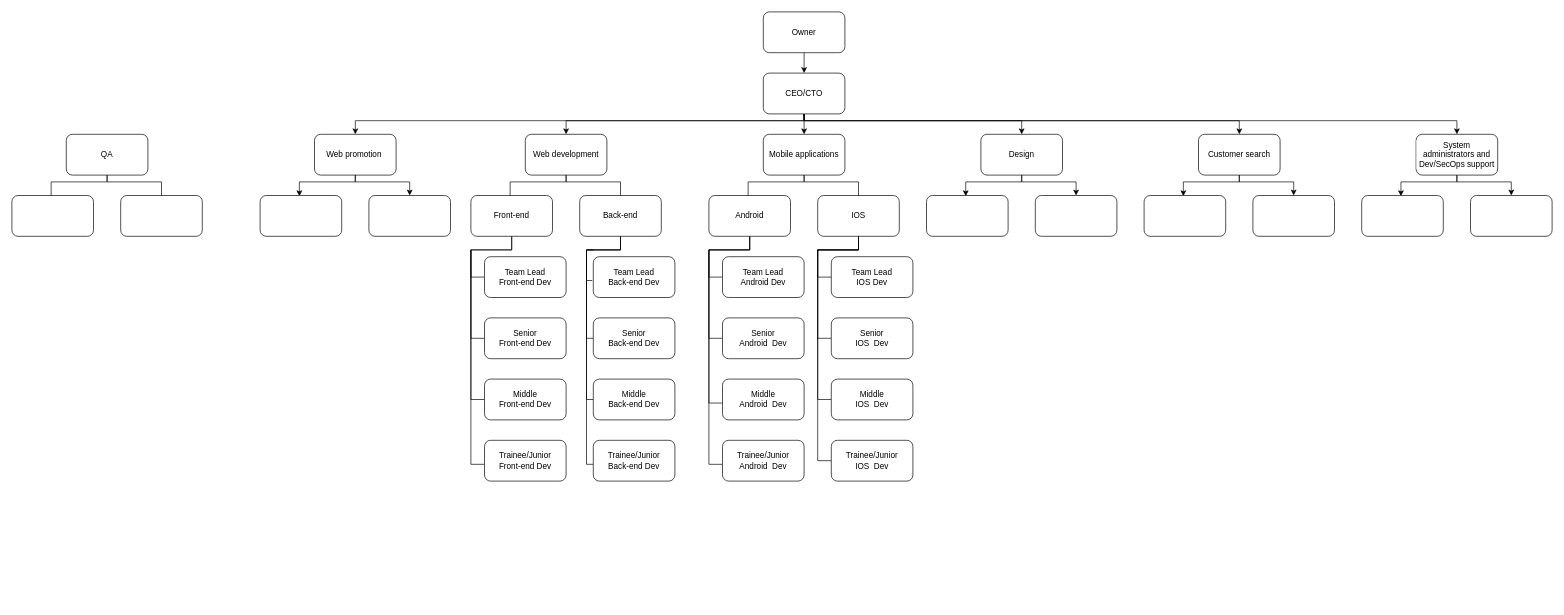
The draw.io diagram StructurITCompany/LW4.drawio in Kostya217/SoftSkillsLaboratoryWork4, before the edit. Source tidied: cells renumbered, new cells numbered last; positions are measured from the earlier drawing's top-left corner, leaving out a move shared by most shapes. Both pictures are drawn from the tidied source at 68%, with x=0, y=0 at pixel (12, 12).
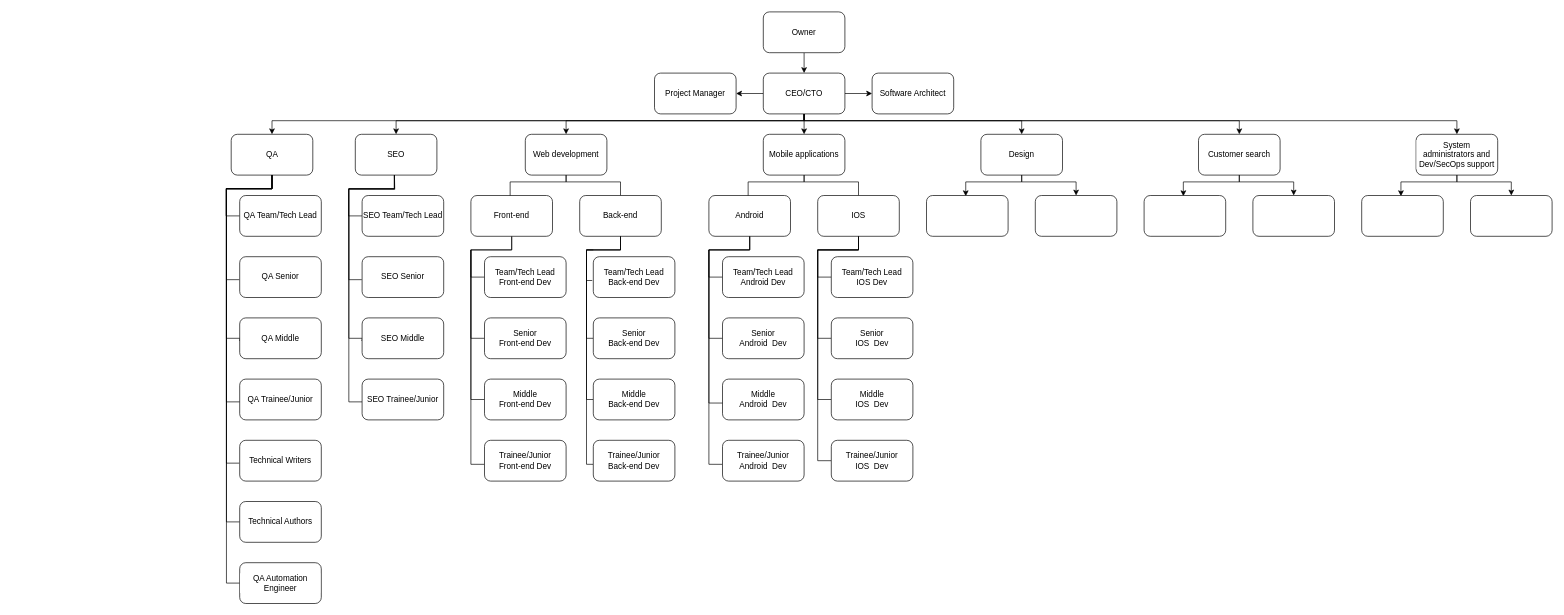
The same page after the edit.

Unchanged cells that the change refers to:
```xml
<mxCell id="10" value="CEO/CTO" style="rounded=1;whiteSpace=wrap;html=1;fillColor=default;strokeColor=default;fontColor=default;" parent="1" vertex="1">
  <mxGeometry x="1105" y="90" width="120" height="60" as="geometry" />
</mxCell>
```

Diff of the diagram source:
```diff
@@
-    <mxCell id="7" style="edgeStyle=orthogonalEdgeStyle;rounded=0;jettySize=auto;html=1;labelBackgroundColor=default;fontColor=default;strokeColor=default;" parent="1" edge="1" source="10" target="39">
+    <mxCell id="7" style="edgeStyle=orthogonalEdgeStyle;rounded=0;jettySize=auto;html=1;labelBackgroundColor=default;fontColor=default;strokeColor=default;entryX=0.5;entryY=0;entryDx=0;entryDy=0;" parent="1" edge="1" source="10" target="39">
       <mxGeometry relative="1" as="geometry">
         <Array as="points">
           <mxPoint x="1165" y="160" />
-          <mxPoint x="505" y="160" />
+          <mxPoint x="565" y="160" />
         </Array>
       </mxGeometry>
     </mxCell>
@@
+    <mxCell id="78" style="edgeStyle=orthogonalEdgeStyle;rounded=0;jettySize=auto;html=1;entryX=0.5;entryY=0;entryDx=0;entryDy=0;labelBackgroundColor=default;fontFamily=Helvetica;fontSize=12;fontColor=default;endArrow=classic;endFill=1;strokeColor=default;strokeWidth=1;" parent="1" edge="1" source="10" target="75">
+      <mxGeometry relative="1" as="geometry">
+        <Array as="points">
+          <mxPoint x="1165" y="160" />
+          <mxPoint x="383" y="160" />
+          <mxPoint x="383" y="180" />
+        </Array>
+      </mxGeometry>
+    </mxCell>
+    <mxCell id="79" style="edgeStyle=orthogonalEdgeStyle;rounded=0;jettySize=auto;html=1;entryX=1;entryY=0.5;entryDx=0;entryDy=0;labelBackgroundColor=default;fontFamily=Helvetica;fontSize=12;fontColor=default;endArrow=classic;endFill=1;strokeColor=default;strokeWidth=1;fillColor=default;" parent="1" edge="1" source="10" target="92">
+      <mxGeometry relative="1" as="geometry" />
+    </mxCell>
+    <mxCell id="80" style="edgeStyle=orthogonalEdgeStyle;rounded=0;jettySize=auto;html=1;entryX=0;entryY=0.5;entryDx=0;entryDy=0;labelBackgroundColor=default;fontFamily=Helvetica;fontSize=12;fontColor=default;endArrow=classic;endFill=1;strokeColor=default;strokeWidth=1;fillColor=default;" parent="1" edge="1" source="10" target="93">
+      <mxGeometry relative="1" as="geometry" />
+    </mxCell>
@@
-    <mxCell id="37" style="edgeStyle=orthogonalEdgeStyle;rounded=0;jettySize=auto;html=1;exitX=0.5;exitY=1;exitDx=0;exitDy=0;entryX=0.481;entryY=0.017;entryDx=0;entryDy=0;entryPerimeter=0;fontColor=default;strokeColor=default;labelBackgroundColor=default;" parent="1" edge="1" source="39" target="40">
-      <mxGeometry relative="1" as="geometry">
-        <Array as="points">
-          <mxPoint x="505" y="250" />
-          <mxPoint x="423" y="250" />
-        </Array>
-      </mxGeometry>
-    </mxCell>
-    <mxCell id="38" style="edgeStyle=orthogonalEdgeStyle;rounded=0;jettySize=auto;html=1;entryX=0.5;entryY=0;entryDx=0;entryDy=0;labelBackgroundColor=default;fontColor=default;strokeColor=default;" parent="1" edge="1" source="39" target="41">
-      <mxGeometry relative="1" as="geometry">
-        <Array as="points">
-          <mxPoint x="505" y="250" />
-          <mxPoint x="585" y="250" />
-        </Array>
-      </mxGeometry>
-    </mxCell>
-    <mxCell id="39" value="Web promotion&amp;nbsp;" style="rounded=1;whiteSpace=wrap;html=1;fontColor=default;strokeColor=default;fillColor=default;labelBackgroundColor=default;" parent="1" vertex="1">
-      <mxGeometry x="445" y="180" width="120" height="60" as="geometry" />
+    <mxCell id="39" value="SEO" style="rounded=1;whiteSpace=wrap;html=1;fontColor=default;strokeColor=default;fillColor=default;labelBackgroundColor=default;" parent="1" vertex="1">
+      <mxGeometry x="505" y="180" width="120" height="60" as="geometry" />
     </mxCell>
-    <mxCell id="40" style="rounded=1;whiteSpace=wrap;html=1;fontColor=default;strokeColor=default;fillColor=default;labelBackgroundColor=default;" parent="1" vertex="1">
-      <mxGeometry x="365" y="270" width="120" height="60" as="geometry" />
-    </mxCell>
-    <mxCell id="41" style="rounded=1;whiteSpace=wrap;html=1;fontColor=default;strokeColor=default;fillColor=default;labelBackgroundColor=default;" parent="1" vertex="1">
-      <mxGeometry x="525" y="270" width="120" height="60" as="geometry" />
-    </mxCell>
@@
-    <mxCell id="52" value="Team Lead&lt;br&gt;Front-end Dev" style="rounded=1;whiteSpace=wrap;html=1;labelBackgroundColor=default;fontColor=default;strokeColor=default;fillColor=default;" parent="1" vertex="1">
+    <mxCell id="52" value="Team/Tech Lead&lt;br&gt;Front-end Dev" style="rounded=1;whiteSpace=wrap;html=1;labelBackgroundColor=default;fontColor=default;strokeColor=default;fillColor=default;" parent="1" vertex="1">
       <mxGeometry x="695" y="360" width="120" height="60" as="geometry" />
     </mxCell>
@@
-    <mxCell id="58" value="&lt;span&gt;Team Lead&lt;br&gt;&lt;/span&gt;Back-end Dev&lt;span&gt;&lt;br&gt;&lt;/span&gt;" style="rounded=1;whiteSpace=wrap;html=1;labelBackgroundColor=default;fontColor=default;strokeColor=default;fillColor=default;" parent="1" vertex="1">
+    <mxCell id="58" value="&lt;span&gt;Team/Tech Lead&lt;br&gt;&lt;/span&gt;Back-end Dev&lt;span&gt;&lt;br&gt;&lt;/span&gt;" style="rounded=1;whiteSpace=wrap;html=1;labelBackgroundColor=default;fontColor=default;strokeColor=default;fillColor=default;" parent="1" vertex="1">
       <mxGeometry x="855" y="360" width="120" height="60" as="geometry" />
     </mxCell>
@@
-    <mxCell id="64" value="Team Lead&lt;br&gt;Android Dev" style="rounded=1;whiteSpace=wrap;html=1;labelBackgroundColor=default;fontColor=default;strokeColor=default;fillColor=default;" parent="1" vertex="1">
+    <mxCell id="64" value="Team/Tech Lead&lt;br&gt;Android Dev" style="rounded=1;whiteSpace=wrap;html=1;labelBackgroundColor=default;fontColor=default;strokeColor=default;fillColor=default;" parent="1" vertex="1">
       <mxGeometry x="1045" y="360" width="120" height="60" as="geometry" />
     </mxCell>
@@
-    <mxCell id="69" value="&lt;span&gt;Team Lead&lt;br&gt;&lt;/span&gt;IOS Dev&lt;span&gt;&lt;br&gt;&lt;/span&gt;" style="rounded=1;whiteSpace=wrap;html=1;labelBackgroundColor=default;fontColor=default;strokeColor=default;fillColor=default;" parent="1" vertex="1">
+    <mxCell id="69" value="&lt;span&gt;Team/Tech Lead&lt;br&gt;&lt;/span&gt;IOS Dev&lt;span&gt;&lt;br&gt;&lt;/span&gt;" style="rounded=1;whiteSpace=wrap;html=1;labelBackgroundColor=default;fontColor=default;strokeColor=default;fillColor=default;" parent="1" vertex="1">
       <mxGeometry x="1205" y="360" width="120" height="60" as="geometry" />
     </mxCell>
@@
-    <mxCell id="73" style="edgeStyle=orthogonalEdgeStyle;rounded=0;jettySize=auto;html=1;exitX=0.5;exitY=1;exitDx=0;exitDy=0;entryX=0.481;entryY=0.017;entryDx=0;entryDy=0;entryPerimeter=0;fontColor=default;strokeColor=default;labelBackgroundColor=default;endArrow=none;endFill=0;" parent="1" edge="1" source="75" target="76">
-      <mxGeometry relative="1" as="geometry">
-        <Array as="points">
-          <mxPoint x="140" y="250" />
-          <mxPoint x="58" y="250" />
-        </Array>
-      </mxGeometry>
-    </mxCell>
+    <mxCell id="81" style="edgeStyle=orthogonalEdgeStyle;rounded=0;jettySize=auto;html=1;entryX=0;entryY=0.5;entryDx=0;entryDy=0;labelBackgroundColor=default;fontFamily=Helvetica;fontSize=12;fontColor=default;endArrow=none;endFill=0;strokeColor=default;strokeWidth=1;fillColor=default;" parent="1" edge="1" source="75" target="94">
+      <mxGeometry relative="1" as="geometry" />
+    </mxCell>
-    <mxCell id="74" style="edgeStyle=orthogonalEdgeStyle;rounded=0;jettySize=auto;html=1;entryX=0.5;entryY=0;entryDx=0;entryDy=0;labelBackgroundColor=default;fontColor=default;strokeColor=default;endArrow=none;endFill=0;" parent="1" edge="1" source="75" target="77">
+    <mxCell id="74" style="edgeStyle=orthogonalEdgeStyle;rounded=0;jettySize=auto;html=1;entryX=-0.004;entryY=0.563;entryDx=0;entryDy=0;entryPerimeter=0;labelBackgroundColor=default;fontFamily=Helvetica;fontSize=12;fontColor=default;endArrow=none;endFill=0;strokeColor=default;strokeWidth=1;fillColor=default;" parent="1" edge="1" source="75" target="77">
       <mxGeometry relative="1" as="geometry">
         <Array as="points">
-          <mxPoint x="140" y="250" />
-          <mxPoint x="220" y="250" />
+          <mxPoint x="382.5" y="260" />
+          <mxPoint x="315.5" y="260" />
+          <mxPoint x="315.5" y="394" />
         </Array>
       </mxGeometry>
     </mxCell>
+    <mxCell id="82" style="edgeStyle=orthogonalEdgeStyle;rounded=0;jettySize=auto;html=1;entryX=-0.004;entryY=0.566;entryDx=0;entryDy=0;labelBackgroundColor=default;fontFamily=Helvetica;fontSize=12;fontColor=default;endArrow=none;endFill=0;strokeColor=default;strokeWidth=1;entryPerimeter=0;fillColor=default;" parent="1" edge="1" source="75" target="87">
+      <mxGeometry relative="1" as="geometry">
+        <Array as="points">
+          <mxPoint x="382.5" y="260" />
+          <mxPoint x="315.5" y="260" />
+          <mxPoint x="315.5" y="480" />
+          <mxPoint x="335.5" y="480" />
+          <mxPoint x="335.5" y="484" />
+        </Array>
+      </mxGeometry>
+    </mxCell>
+    <mxCell id="83" style="edgeStyle=orthogonalEdgeStyle;rounded=0;jettySize=auto;html=1;entryX=0.002;entryY=0.558;entryDx=0;entryDy=0;entryPerimeter=0;labelBackgroundColor=default;fontFamily=Helvetica;fontSize=12;fontColor=default;endArrow=none;endFill=0;strokeColor=default;strokeWidth=1;fillColor=default;" parent="1" edge="1" source="75" target="88">
+      <mxGeometry relative="1" as="geometry">
+        <Array as="points">
+          <mxPoint x="382.5" y="260" />
+          <mxPoint x="315.5" y="260" />
+          <mxPoint x="315.5" y="574" />
+        </Array>
+      </mxGeometry>
+    </mxCell>
+    <mxCell id="84" style="edgeStyle=orthogonalEdgeStyle;rounded=0;jettySize=auto;html=1;entryX=-0.004;entryY=0.56;entryDx=0;entryDy=0;entryPerimeter=0;labelBackgroundColor=default;fontFamily=Helvetica;fontSize=12;fontColor=default;endArrow=none;endFill=0;strokeColor=default;strokeWidth=1;fillColor=default;" parent="1" edge="1" source="75" target="89">
+      <mxGeometry relative="1" as="geometry">
+        <Array as="points">
+          <mxPoint x="382.5" y="260" />
+          <mxPoint x="315.5" y="260" />
+          <mxPoint x="315.5" y="664" />
+        </Array>
+      </mxGeometry>
+    </mxCell>
+    <mxCell id="85" style="edgeStyle=orthogonalEdgeStyle;rounded=0;jettySize=auto;html=1;entryX=0;entryY=0.5;entryDx=0;entryDy=0;labelBackgroundColor=default;fontFamily=Helvetica;fontSize=12;fontColor=default;endArrow=none;endFill=0;strokeColor=default;strokeWidth=1;fillColor=default;" parent="1" edge="1" source="75" target="90">
+      <mxGeometry relative="1" as="geometry">
+        <Array as="points">
+          <mxPoint x="382.5" y="260" />
+          <mxPoint x="315.5" y="260" />
+          <mxPoint x="315.5" y="750" />
+        </Array>
+      </mxGeometry>
+    </mxCell>
+    <mxCell id="86" style="edgeStyle=orthogonalEdgeStyle;rounded=0;jettySize=auto;html=1;entryX=0;entryY=0.5;entryDx=0;entryDy=0;labelBackgroundColor=default;fontFamily=Helvetica;fontSize=12;fontColor=default;endArrow=none;endFill=0;strokeColor=default;strokeWidth=1;fillColor=default;" parent="1" edge="1" source="75" target="91">
+      <mxGeometry relative="1" as="geometry">
+        <Array as="points">
+          <mxPoint x="382.5" y="260" />
+          <mxPoint x="315.5" y="260" />
+          <mxPoint x="315.5" y="840" />
+        </Array>
+      </mxGeometry>
+    </mxCell>
     <mxCell id="75" value="QA" style="rounded=1;whiteSpace=wrap;html=1;fontColor=default;strokeColor=default;fillColor=default;labelBackgroundColor=default;" parent="1" vertex="1">
-      <mxGeometry x="80" y="180" width="120" height="60" as="geometry" />
+      <mxGeometry x="322.5" y="180" width="120" height="60" as="geometry" />
     </mxCell>
-    <mxCell id="76" style="rounded=1;whiteSpace=wrap;html=1;fontColor=default;strokeColor=default;fillColor=default;labelBackgroundColor=default;" parent="1" vertex="1">
-      <mxGeometry y="270" width="120" height="60" as="geometry" />
-    </mxCell>
-    <mxCell id="77" style="rounded=1;whiteSpace=wrap;html=1;fontColor=default;strokeColor=default;fillColor=default;labelBackgroundColor=default;" parent="1" vertex="1">
-      <mxGeometry x="160" y="270" width="120" height="60" as="geometry" />
+    <mxCell id="77" value="QA Senior" style="rounded=1;whiteSpace=wrap;html=1;fontColor=default;strokeColor=default;fillColor=default;labelBackgroundColor=default;" parent="1" vertex="1">
+      <mxGeometry x="335" y="360" width="120" height="60" as="geometry" />
     </mxCell>
+    <mxCell id="87" value="QA Middle" style="rounded=1;whiteSpace=wrap;html=1;fontColor=default;strokeColor=default;fillColor=default;labelBackgroundColor=default;" parent="1" vertex="1">
+      <mxGeometry x="335" y="450" width="120" height="60" as="geometry" />
+    </mxCell>
+    <mxCell id="88" value="QA Trainee/Junior" style="rounded=1;whiteSpace=wrap;html=1;fontColor=default;strokeColor=default;fillColor=default;labelBackgroundColor=default;" parent="1" vertex="1">
+      <mxGeometry x="335" y="540" width="120" height="60" as="geometry" />
+    </mxCell>
+    <mxCell id="89" value="&lt;span style=&quot;&quot;&gt;&lt;font style=&quot;font-size: 12px&quot;&gt;Technical Writers&lt;/font&gt;&lt;/span&gt;" style="rounded=1;whiteSpace=wrap;html=1;labelBackgroundColor=default;fontColor=default;strokeColor=default;strokeWidth=1;fillColor=default;" parent="1" vertex="1">
+      <mxGeometry x="335" y="630" width="120" height="60" as="geometry" />
+    </mxCell>
+    <mxCell id="90" value="&lt;span&gt;&lt;font style=&quot;font-size: 12px&quot;&gt;Technical Authors&lt;/font&gt;&lt;/span&gt;" style="rounded=1;whiteSpace=wrap;html=1;labelBackgroundColor=default;fontColor=default;strokeColor=default;strokeWidth=1;fillColor=default;" parent="1" vertex="1">
+      <mxGeometry x="335" y="720" width="120" height="60" as="geometry" />
+    </mxCell>
+    <mxCell id="91" value="&lt;span&gt;&lt;font style=&quot;font-size: 12px&quot;&gt;QA Automation Engineer&lt;/font&gt;&lt;/span&gt;" style="rounded=1;whiteSpace=wrap;html=1;labelBackgroundColor=default;fontColor=default;strokeColor=default;strokeWidth=1;fillColor=default;" parent="1" vertex="1">
+      <mxGeometry x="335" y="810" width="120" height="60" as="geometry" />
+    </mxCell>
+    <mxCell id="92" value="Project Manager" style="rounded=1;whiteSpace=wrap;html=1;labelBackgroundColor=default;fontFamily=Helvetica;fontSize=12;fontColor=default;strokeColor=default;strokeWidth=1;fillColor=default;" parent="1" vertex="1">
+      <mxGeometry x="945" y="90" width="120" height="60" as="geometry" />
+    </mxCell>
+    <mxCell id="93" value="Software Architect" style="rounded=1;whiteSpace=wrap;html=1;labelBackgroundColor=default;fontFamily=Helvetica;fontSize=12;fontColor=default;strokeColor=default;strokeWidth=1;fillColor=default;" parent="1" vertex="1">
+      <mxGeometry x="1265" y="90" width="120" height="60" as="geometry" />
+    </mxCell>
+    <mxCell id="94" value="QA Team/Tech Lead" style="rounded=1;whiteSpace=wrap;html=1;fontColor=default;strokeColor=default;fillColor=default;labelBackgroundColor=default;" parent="1" vertex="1">
+      <mxGeometry x="335" y="270" width="120" height="60" as="geometry" />
+    </mxCell>
+    <mxCell id="95" style="edgeStyle=orthogonalEdgeStyle;rounded=0;jettySize=auto;html=1;entryX=0;entryY=0.5;entryDx=0;entryDy=0;labelBackgroundColor=default;fontFamily=Helvetica;fontSize=12;fontColor=default;endArrow=none;endFill=0;strokeColor=default;strokeWidth=1;fillColor=default;" parent="1" edge="1" target="102">
+      <mxGeometry relative="1" as="geometry">
+        <mxPoint x="562.5" y="240" as="sourcePoint" />
+      </mxGeometry>
+    </mxCell>
+    <mxCell id="96" style="edgeStyle=orthogonalEdgeStyle;rounded=0;jettySize=auto;html=1;entryX=-0.004;entryY=0.563;entryDx=0;entryDy=0;entryPerimeter=0;labelBackgroundColor=default;fontFamily=Helvetica;fontSize=12;fontColor=default;endArrow=none;endFill=0;strokeColor=default;strokeWidth=1;fillColor=default;" parent="1" edge="1" target="99">
+      <mxGeometry relative="1" as="geometry">
+        <mxPoint x="562.5" y="240" as="sourcePoint" />
+        <Array as="points">
+          <mxPoint x="562.5" y="260" />
+          <mxPoint x="495.5" y="260" />
+          <mxPoint x="495.5" y="394" />
+        </Array>
+      </mxGeometry>
+    </mxCell>
+    <mxCell id="97" style="edgeStyle=orthogonalEdgeStyle;rounded=0;jettySize=auto;html=1;entryX=-0.004;entryY=0.566;entryDx=0;entryDy=0;labelBackgroundColor=default;fontFamily=Helvetica;fontSize=12;fontColor=default;endArrow=none;endFill=0;strokeColor=default;strokeWidth=1;entryPerimeter=0;fillColor=default;" parent="1" edge="1" target="100">
+      <mxGeometry relative="1" as="geometry">
+        <mxPoint x="562.5" y="240" as="sourcePoint" />
+        <Array as="points">
+          <mxPoint x="562.5" y="260" />
+          <mxPoint x="495.5" y="260" />
+          <mxPoint x="495.5" y="480" />
+          <mxPoint x="515.5" y="480" />
+          <mxPoint x="515.5" y="484" />
+        </Array>
+      </mxGeometry>
+    </mxCell>
+    <mxCell id="98" style="edgeStyle=orthogonalEdgeStyle;rounded=0;jettySize=auto;html=1;entryX=0.002;entryY=0.558;entryDx=0;entryDy=0;entryPerimeter=0;labelBackgroundColor=default;fontFamily=Helvetica;fontSize=12;fontColor=default;endArrow=none;endFill=0;strokeColor=default;strokeWidth=1;fillColor=default;" parent="1" edge="1" target="101">
+      <mxGeometry relative="1" as="geometry">
+        <mxPoint x="562.5" y="240" as="sourcePoint" />
+        <Array as="points">
+          <mxPoint x="562.5" y="260" />
+          <mxPoint x="495.5" y="260" />
+          <mxPoint x="495.5" y="574" />
+        </Array>
+      </mxGeometry>
+    </mxCell>
+    <mxCell id="99" value="SEO Senior" style="rounded=1;whiteSpace=wrap;html=1;fontColor=default;strokeColor=default;fillColor=default;labelBackgroundColor=default;" parent="1" vertex="1">
+      <mxGeometry x="515" y="360" width="120" height="60" as="geometry" />
+    </mxCell>
+    <mxCell id="100" value="SEO Middle" style="rounded=1;whiteSpace=wrap;html=1;fontColor=default;strokeColor=default;fillColor=default;labelBackgroundColor=default;" parent="1" vertex="1">
+      <mxGeometry x="515" y="450" width="120" height="60" as="geometry" />
+    </mxCell>
+    <mxCell id="101" value="SEO Trainee/Junior" style="rounded=1;whiteSpace=wrap;html=1;fontColor=default;strokeColor=default;fillColor=default;labelBackgroundColor=default;" parent="1" vertex="1">
+      <mxGeometry x="515" y="540" width="120" height="60" as="geometry" />
+    </mxCell>
+    <mxCell id="102" value="SEO Team/Tech Lead" style="rounded=1;whiteSpace=wrap;html=1;fontColor=default;strokeColor=default;fillColor=default;labelBackgroundColor=default;" parent="1" vertex="1">
+      <mxGeometry x="515" y="270" width="120" height="60" as="geometry" />
+    </mxCell>
```
